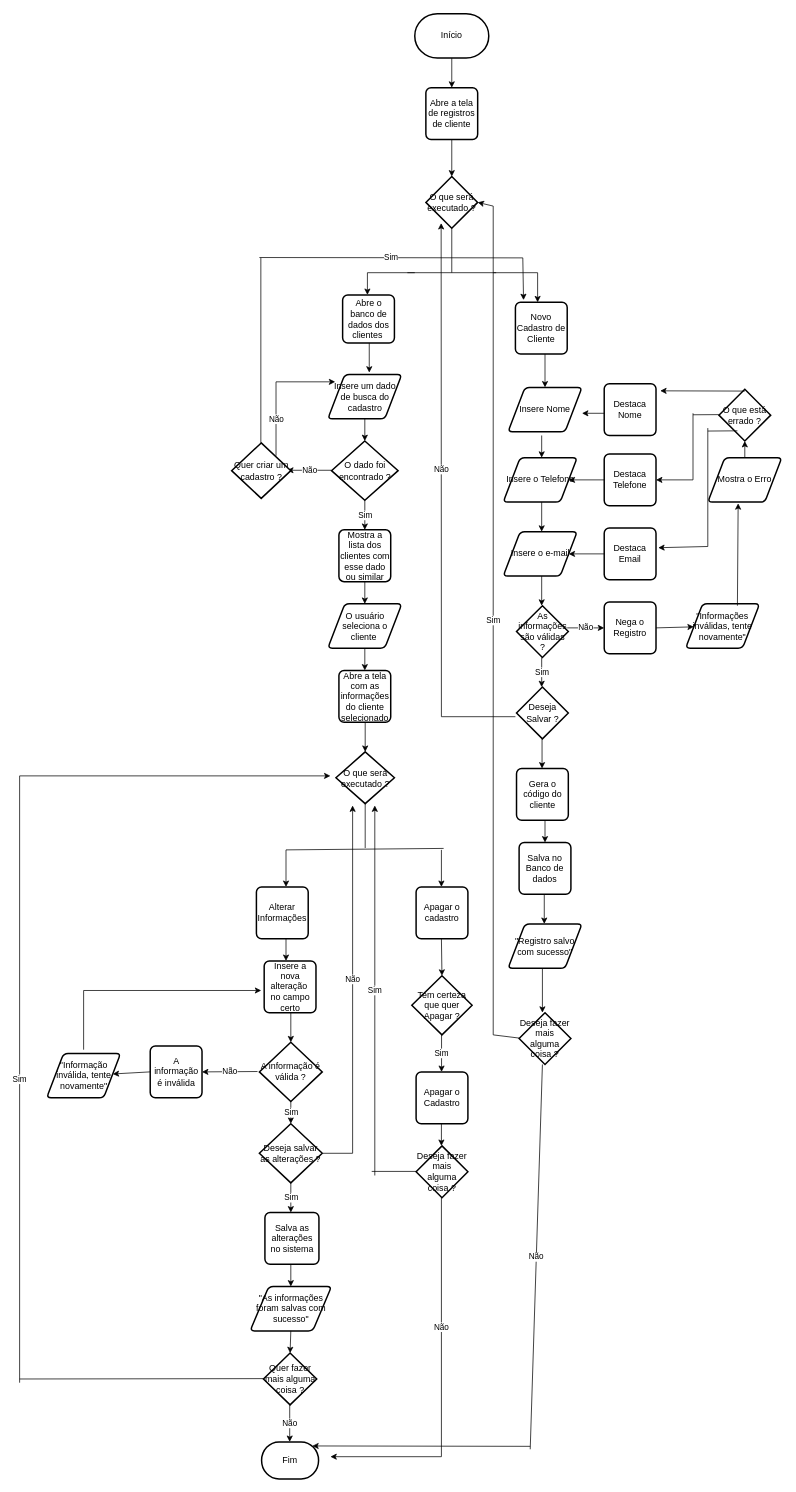
Before: page "Cadastro-de-Cliente" (2 of 14) of DOC/Fluxograma.drawio in GuilhermeIgarashi7/avatar-Fluxograma, a draw.io diagram. Source tidied: cells renumbered, new cells numbered last; positions are measured from the earlier drawing's top-left corner, leaving out a move shared by most shapes. Both pictures are drawn from the tidied source at 74%, with x=0, y=0 at pixel (19, 13).
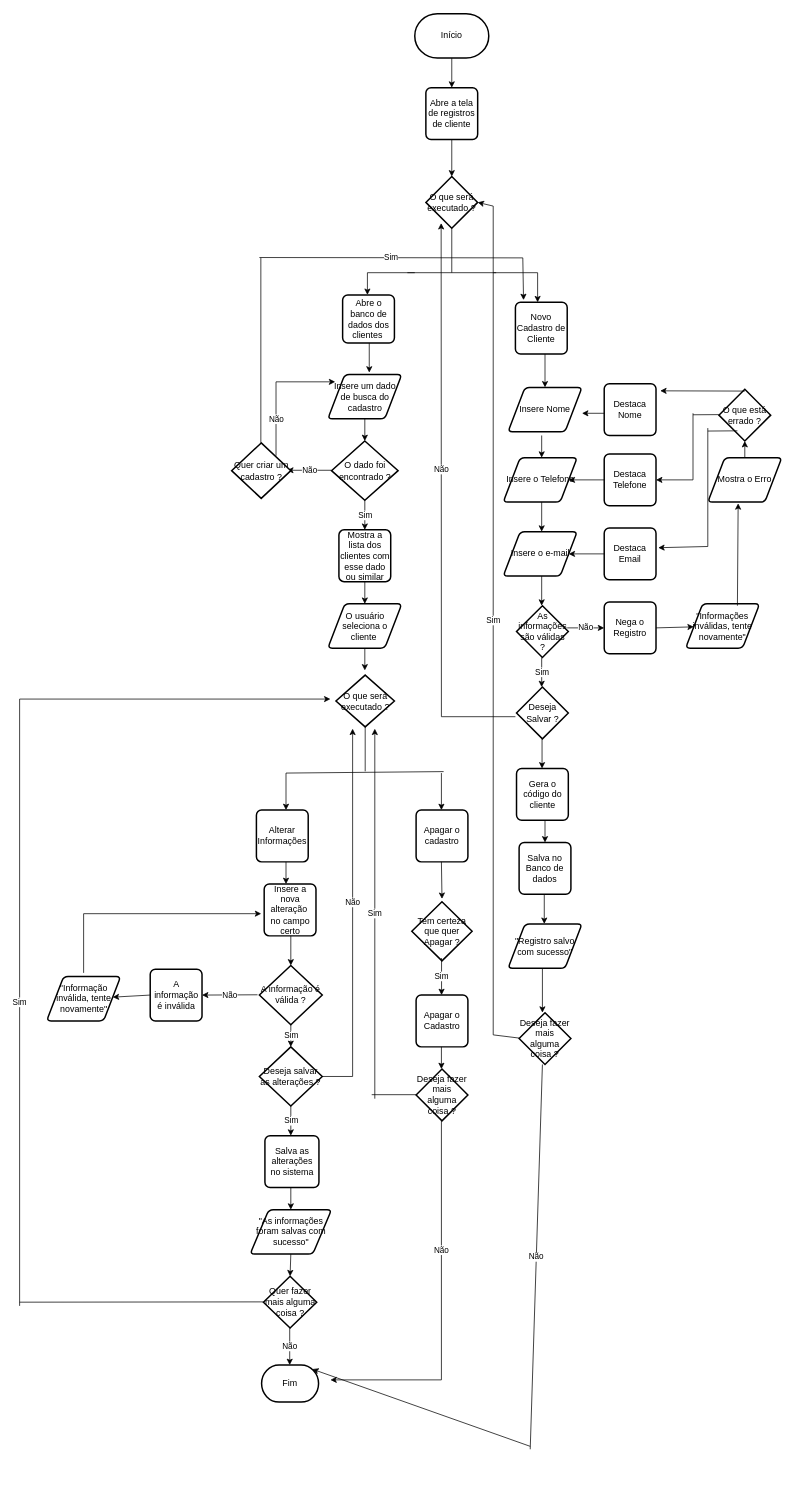
The same page after the edit.

Diff of the diagram source:
```diff
@@
     <mxCell id="12" value="Insere a nova alteração&amp;nbsp; no campo certo" style="rounded=1;whiteSpace=wrap;html=1;absoluteArcSize=1;arcSize=14;strokeWidth=2;" parent="1" vertex="1">
-      <mxGeometry x="330.5" y="1280" width="70" height="70" as="geometry" />
+      <mxGeometry x="330.5" y="1176.2" width="70" height="70" as="geometry" />
     </mxCell>
     <mxCell id="13" style="endArrow=classic;html=1;rounded=0;" parent="1" edge="1">
       <mxGeometry relative="1" as="geometry">
-        <mxPoint x="366.5" y="1350" as="sourcePoint" />
-        <mxPoint x="366.5" y="1390" as="targetPoint" />
+        <mxPoint x="366.5" y="1246.2" as="sourcePoint" />
+        <mxPoint x="366.5" y="1286.2" as="targetPoint" />
       </mxGeometry>
     </mxCell>
     <mxCell id="14" value="A informação é válida ?" style="strokeWidth=2;html=1;shape=mxgraph.flowchart.decision;whiteSpace=wrap;" parent="1" vertex="1">
-      <mxGeometry x="324" y="1390" width="85" height="80" as="geometry" />
+      <mxGeometry x="324" y="1286.2" width="85" height="80" as="geometry" />
     </mxCell>
     <mxCell id="15" value="Não" style="endArrow=classic;html=1;rounded=0;" parent="1" edge="1">
       <mxGeometry relative="1" as="geometry">
-        <mxPoint x="321.5" y="1429.5" as="sourcePoint" />
-        <mxPoint x="246.5" y="1430" as="targetPoint" />
+        <mxPoint x="321.5" y="1325.8" as="sourcePoint" />
+        <mxPoint x="246.5" y="1326.2" as="targetPoint" />
       </mxGeometry>
     </mxCell>
     <mxCell id="16" value="A informação é inválida" style="rounded=1;whiteSpace=wrap;html=1;absoluteArcSize=1;arcSize=14;strokeWidth=2;" parent="1" vertex="1">
-      <mxGeometry x="176.5" y="1395" width="70" height="70" as="geometry" />
+      <mxGeometry x="176.5" y="1291.2" width="70" height="70" as="geometry" />
     </mxCell>
     <mxCell id="17" value="&quot;Informação inválida, tente novamente&quot;" style="shape=parallelogram;html=1;strokeWidth=2;perimeter=parallelogramPerimeter;whiteSpace=wrap;rounded=1;arcSize=12;size=0.23;" parent="1" vertex="1">
-      <mxGeometry x="36.5" y="1405" width="100" height="60" as="geometry" />
+      <mxGeometry x="36.5" y="1301.2" width="100" height="60" as="geometry" />
     </mxCell>
     <mxCell id="18" style="endArrow=classic;html=1;rounded=0;" parent="1" edge="1" target="17">
       <mxGeometry relative="1" as="geometry">
-        <mxPoint x="176.5" y="1430" as="sourcePoint" />
+        <mxPoint x="176.5" y="1326.2" as="sourcePoint" />
       </mxGeometry>
     </mxCell>
     <mxCell id="19" style="endArrow=none;html=1;rounded=0;" parent="1" edge="1">
       <mxGeometry relative="1" as="geometry">
-        <mxPoint x="86.5" y="1400" as="sourcePoint" />
-        <mxPoint x="86.5" y="1320" as="targetPoint" />
+        <mxPoint x="86.5" y="1296.2" as="sourcePoint" />
+        <mxPoint x="86.5" y="1216.2" as="targetPoint" />
       </mxGeometry>
     </mxCell>
     <mxCell id="20" style="endArrow=classic;html=1;rounded=0;" parent="1" edge="1">
       <mxGeometry relative="1" as="geometry">
-        <mxPoint x="86.5" y="1320" as="sourcePoint" />
-        <mxPoint x="326.5" y="1320" as="targetPoint" />
+        <mxPoint x="86.5" y="1216.2" as="sourcePoint" />
+        <mxPoint x="326.5" y="1216.2" as="targetPoint" />
       </mxGeometry>
     </mxCell>
     <mxCell id="21" value="Sim" style="endArrow=classic;html=1;rounded=0;" parent="1" edge="1">
       <mxGeometry relative="1" as="geometry">
-        <mxPoint x="366.5" y="1470" as="sourcePoint" />
-        <mxPoint x="366.5" y="1500" as="targetPoint" />
+        <mxPoint x="366.5" y="1366.2" as="sourcePoint" />
+        <mxPoint x="366.5" y="1396.2" as="targetPoint" />
       </mxGeometry>
     </mxCell>
     <mxCell id="22" value="Deseja salvar as alterações ?" style="strokeWidth=2;html=1;shape=mxgraph.flowchart.decision;whiteSpace=wrap;" parent="1" vertex="1">
-      <mxGeometry x="324" y="1500" width="85" height="80" as="geometry" />
+      <mxGeometry x="324" y="1396.2" width="85" height="80" as="geometry" />
     </mxCell>
     <mxCell id="23" value="Sim" style="endArrow=classic;html=1;rounded=0;" parent="1" edge="1">
       <mxGeometry relative="1" as="geometry">
-        <mxPoint x="366.5" y="1580" as="sourcePoint" />
-        <mxPoint x="366.5" y="1620" as="targetPoint" />
+        <mxPoint x="366.5" y="1476.2" as="sourcePoint" />
+        <mxPoint x="366.5" y="1516.2" as="targetPoint" />
       </mxGeometry>
     </mxCell>
     <mxCell id="24" value="Salva as alterações no sistema" style="rounded=1;whiteSpace=wrap;html=1;absoluteArcSize=1;arcSize=14;strokeWidth=2;" parent="1" vertex="1">
-      <mxGeometry x="331.5" y="1620" width="73" height="70" as="geometry" />
+      <mxGeometry x="331.5" y="1516.2" width="73" height="70" as="geometry" />
     </mxCell>
     <mxCell id="25" style="endArrow=classic;html=1;rounded=0;" parent="1" edge="1">
       <mxGeometry relative="1" as="geometry">
-        <mxPoint x="366.5" y="1690" as="sourcePoint" />
-        <mxPoint x="366.5" y="1720" as="targetPoint" />
+        <mxPoint x="366.5" y="1586.2" as="sourcePoint" />
+        <mxPoint x="366.5" y="1616.2" as="targetPoint" />
       </mxGeometry>
     </mxCell>
     <mxCell id="26" value="&quot;As informações foram salvas com sucesso&quot;" style="shape=parallelogram;html=1;strokeWidth=2;perimeter=parallelogramPerimeter;whiteSpace=wrap;rounded=1;arcSize=12;size=0.23;" parent="1" vertex="1">
-      <mxGeometry x="311.5" y="1720" width="110" height="60" as="geometry" />
+      <mxGeometry x="311.5" y="1616.2" width="110" height="60" as="geometry" />
     </mxCell>
     <mxCell id="27" value="Tem certeza que quer Apagar ?" style="strokeWidth=2;html=1;shape=mxgraph.flowchart.decision;whiteSpace=wrap;" parent="1" vertex="1">
-      <mxGeometry x="530" y="1300" width="81.5" height="80" as="geometry" />
+      <mxGeometry x="530" y="1200" width="81.5" height="80" as="geometry" />
     </mxCell>
     <mxCell id="28" value="Sim" style="endArrow=classic;html=1;rounded=0;" parent="1" edge="1">
       <mxGeometry relative="1" as="geometry">
-        <mxPoint x="570.2" y="1380" as="sourcePoint" />
-        <mxPoint x="570.2" y="1430" as="targetPoint" />
+        <mxPoint x="570.2" y="1276.2" as="sourcePoint" />
+        <mxPoint x="570.2" y="1326.2" as="targetPoint" />
       </mxGeometry>
     </mxCell>
     <mxCell id="29" value="Apagar o Cadastro" style="rounded=1;whiteSpace=wrap;html=1;absoluteArcSize=1;arcSize=14;strokeWidth=2;" parent="1" vertex="1">
-      <mxGeometry x="535.8" y="1430" width="70" height="70" as="geometry" />
+      <mxGeometry x="535.8" y="1326.2" width="70" height="70" as="geometry" />
     </mxCell>
@@
-    <mxCell id="34" value="Abre a tela com as informações do cliente selecionado" style="rounded=1;whiteSpace=wrap;html=1;absoluteArcSize=1;arcSize=14;strokeWidth=2;" parent="1" vertex="1">
-      <mxGeometry x="431.5" y="887.5" width="70" height="70" as="geometry" />
-    </mxCell>
-    <mxCell id="35" style="endArrow=classic;html=1;rounded=0;" parent="1" edge="1">
-      <mxGeometry relative="1" as="geometry">
-        <mxPoint x="467" y="957.5" as="sourcePoint" />
-        <mxPoint x="467" y="997.5" as="targetPoint" />
-      </mxGeometry>
-    </mxCell>
     <mxCell id="36" value="Quer fazer mais alguma coisa ?" style="strokeWidth=2;html=1;shape=mxgraph.flowchart.decision;whiteSpace=wrap;" parent="1" vertex="1">
-      <mxGeometry x="329.5" y="1810" width="72" height="70" as="geometry" />
+      <mxGeometry x="329.5" y="1706.2" width="72" height="70" as="geometry" />
     </mxCell>
     <mxCell id="37" style="endArrow=classic;html=1;rounded=0;entryX=0.5;entryY=0;entryDx=0;entryDy=0;entryPerimeter=0;" parent="1" edge="1" target="36">
       <mxGeometry relative="1" as="geometry">
-        <mxPoint x="366.5" y="1780" as="sourcePoint" />
+        <mxPoint x="366.5" y="1676.2" as="sourcePoint" />
       </mxGeometry>
     </mxCell>
@@
     <mxCell id="40" value="O que será executado ?" style="strokeWidth=2;html=1;shape=mxgraph.flowchart.decision;whiteSpace=wrap;" parent="1" vertex="1">
-      <mxGeometry x="427.5" y="997.5" width="79" height="70" as="geometry" />
+      <mxGeometry x="427.5" y="893.8" width="79" height="70" as="geometry" />
     </mxCell>
     <mxCell id="41" style="endArrow=none;html=1;rounded=0;" parent="1" edge="1">
       <mxGeometry relative="1" as="geometry">
-        <mxPoint x="467" y="1127.5" as="sourcePoint" />
-        <mxPoint x="467" y="1067.5" as="targetPoint" />
+        <mxPoint x="467" y="1023.8" as="sourcePoint" />
+        <mxPoint x="467" y="963.8" as="targetPoint" />
       </mxGeometry>
     </mxCell>
     <mxCell id="42" style="endArrow=none;html=1;rounded=0;" parent="1" edge="1">
       <mxGeometry relative="1" as="geometry">
-        <mxPoint x="360" y="1130" as="sourcePoint" />
-        <mxPoint x="573" y="1128" as="targetPoint" />
+        <mxPoint x="360" y="1026.2" as="sourcePoint" />
+        <mxPoint x="573" y="1024.2" as="targetPoint" />
       </mxGeometry>
     </mxCell>
@@
     <mxCell id="53" style="endArrow=classic;html=1;rounded=0;" parent="1" edge="1">
       <mxGeometry relative="1" as="geometry">
-        <mxPoint x="360" y="1130" as="sourcePoint" />
-        <mxPoint x="360" y="1180" as="targetPoint" />
+        <mxPoint x="360" y="1026.2" as="sourcePoint" />
+        <mxPoint x="360" y="1076.2" as="targetPoint" />
       </mxGeometry>
     </mxCell>
     <mxCell id="54" value="Alterar Informações" style="rounded=1;whiteSpace=wrap;html=1;absoluteArcSize=1;arcSize=14;strokeWidth=2;" parent="1" vertex="1">
-      <mxGeometry x="320" y="1180" width="70" height="70" as="geometry" />
+      <mxGeometry x="320" y="1076.2" width="70" height="70" as="geometry" />
     </mxCell>
     <mxCell id="55" style="endArrow=classic;html=1;rounded=0;" parent="1" edge="1">
       <mxGeometry relative="1" as="geometry">
-        <mxPoint x="360" y="1250" as="sourcePoint" />
-        <mxPoint x="360" y="1280" as="targetPoint" />
+        <mxPoint x="360" y="1146.2" as="sourcePoint" />
+        <mxPoint x="360" y="1176.2" as="targetPoint" />
       </mxGeometry>
     </mxCell>
     <mxCell id="56" style="endArrow=none;html=1;rounded=0;" parent="1" edge="1">
       <mxGeometry relative="1" as="geometry">
-        <mxPoint x="410" y="1540" as="sourcePoint" />
-        <mxPoint x="450" y="1540" as="targetPoint" />
+        <mxPoint x="410" y="1436.2" as="sourcePoint" />
+        <mxPoint x="450" y="1436.2" as="targetPoint" />
       </mxGeometry>
     </mxCell>
     <mxCell id="57" value="Não" style="endArrow=classic;html=1;rounded=0;" parent="1" edge="1">
       <mxGeometry relative="1" as="geometry">
-        <mxPoint x="450" y="1540" as="sourcePoint" />
-        <mxPoint x="450" y="1070" as="targetPoint" />
+        <mxPoint x="450" y="1436.2" as="sourcePoint" />
+        <mxPoint x="450" y="966.2" as="targetPoint" />
       </mxGeometry>
     </mxCell>
@@
     <mxCell id="61" value="Não" style="endArrow=classic;html=1;rounded=0;" parent="1" edge="1">
       <mxGeometry relative="1" as="geometry">
-        <mxPoint x="365" y="1880" as="sourcePoint" />
-        <mxPoint x="365" y="1930" as="targetPoint" />
+        <mxPoint x="365" y="1776.2" as="sourcePoint" />
+        <mxPoint x="365" y="1826.2" as="targetPoint" />
       </mxGeometry>
     </mxCell>
     <mxCell id="62" value="Fim" style="strokeWidth=2;html=1;shape=mxgraph.flowchart.terminator;whiteSpace=wrap;" parent="1" vertex="1">
-      <mxGeometry x="327" y="1930" width="77" height="50" as="geometry" />
+      <mxGeometry x="327" y="1826.2" width="77" height="50" as="geometry" />
     </mxCell>
     <mxCell id="63" style="endArrow=classic;html=1;rounded=0;" parent="1" edge="1">
       <mxGeometry relative="1" as="geometry">
-        <mxPoint x="570" y="1130" as="sourcePoint" />
-        <mxPoint x="570" y="1180" as="targetPoint" />
+        <mxPoint x="570" y="1026.2" as="sourcePoint" />
+        <mxPoint x="570" y="1076.2" as="targetPoint" />
       </mxGeometry>
     </mxCell>
     <mxCell id="64" value="Apagar o cadastro" style="rounded=1;whiteSpace=wrap;html=1;absoluteArcSize=1;arcSize=14;strokeWidth=2;" parent="1" vertex="1">
-      <mxGeometry x="535.8" y="1180" width="70" height="70" as="geometry" />
+      <mxGeometry x="535.8" y="1076.2" width="70" height="70" as="geometry" />
     </mxCell>
-    <mxCell id="65" style="endArrow=classic;html=1;rounded=0;entryX=0.5;entryY=0;entryDx=0;entryDy=0;entryPerimeter=0;" parent="1" edge="1" target="27">
+    <mxCell id="65" style="endArrow=classic;html=1;rounded=0;entryX=0.5;entryY=0;entryDx=0;entryDy=0;entryPerimeter=0;" parent="1" edge="1">
       <mxGeometry relative="1" as="geometry">
-        <mxPoint x="570" y="1250" as="sourcePoint" />
+        <mxPoint x="570" y="1146.2" as="sourcePoint" />
+        <mxPoint x="570.8" y="1196.2" as="targetPoint" />
       </mxGeometry>
     </mxCell>
     <mxCell id="66" value="Deseja fazer mais alguma coisa ?" style="strokeWidth=2;html=1;shape=mxgraph.flowchart.decision;whiteSpace=wrap;" parent="1" vertex="1">
-      <mxGeometry x="535.8" y="1530" width="70" height="70" as="geometry" />
+      <mxGeometry x="535.8" y="1426.2" width="70" height="70" as="geometry" />
     </mxCell>
     <mxCell id="67" style="endArrow=classic;html=1;rounded=0;" parent="1" edge="1">
       <mxGeometry relative="1" as="geometry">
-        <mxPoint x="570" y="1500" as="sourcePoint" />
-        <mxPoint x="570" y="1530" as="targetPoint" />
+        <mxPoint x="570" y="1396.2" as="sourcePoint" />
+        <mxPoint x="570" y="1426.2" as="targetPoint" />
       </mxGeometry>
     </mxCell>
     <mxCell id="68" style="endArrow=none;html=1;rounded=0;" parent="1" edge="1">
       <mxGeometry relative="1" as="geometry">
-        <mxPoint x="475.8" y="1564.5" as="sourcePoint" />
-        <mxPoint x="535.8" y="1564.5" as="targetPoint" />
+        <mxPoint x="475.8" y="1460.8" as="sourcePoint" />
+        <mxPoint x="535.8" y="1460.8" as="targetPoint" />
       </mxGeometry>
     </mxCell>
     <mxCell id="69" value="Sim" style="endArrow=classic;html=1;rounded=0;" parent="1" edge="1">
       <mxGeometry relative="1" as="geometry">
-        <mxPoint x="480" y="1570" as="sourcePoint" />
-        <mxPoint x="480" y="1070" as="targetPoint" />
+        <mxPoint x="480" y="1466.2" as="sourcePoint" />
+        <mxPoint x="480" y="966.2" as="targetPoint" />
       </mxGeometry>
     </mxCell>
     <mxCell id="70" value="Não" style="endArrow=none;html=1;rounded=0;" parent="1" edge="1">
       <mxGeometry relative="1" as="geometry">
-        <mxPoint x="570" y="1950" as="sourcePoint" />
-        <mxPoint x="570" y="1600" as="targetPoint" />
+        <mxPoint x="570" y="1846.2" as="sourcePoint" />
+        <mxPoint x="570" y="1496.2" as="targetPoint" />
       </mxGeometry>
     </mxCell>
     <mxCell id="71" style="endArrow=classic;html=1;rounded=0;" parent="1" edge="1">
       <mxGeometry relative="1" as="geometry">
-        <mxPoint x="570" y="1950" as="sourcePoint" />
-        <mxPoint x="420" y="1950" as="targetPoint" />
+        <mxPoint x="570" y="1846.2" as="sourcePoint" />
+        <mxPoint x="420" y="1846.2" as="targetPoint" />
       </mxGeometry>
     </mxCell>
@@
     <mxCell id="114" style="endArrow=none;html=1;rounded=0;" parent="1" edge="1">
       <mxGeometry relative="1" as="geometry">
-        <mxPoint y="1845" as="sourcePoint" />
-        <mxPoint x="329.5" y="1844.5" as="targetPoint" />
+        <mxPoint y="1741.2" as="sourcePoint" />
+        <mxPoint x="329.5" y="1740.8" as="targetPoint" />
       </mxGeometry>
     </mxCell>
     <mxCell id="115" value="Sim" style="endArrow=none;html=1;rounded=0;" parent="1" edge="1">
       <mxGeometry relative="1" as="geometry">
-        <mxPoint y="1850" as="sourcePoint" />
-        <mxPoint y="1030" as="targetPoint" />
+        <mxPoint y="1746.2" as="sourcePoint" />
+        <mxPoint y="926.2" as="targetPoint" />
       </mxGeometry>
     </mxCell>
     <mxCell id="116" style="endArrow=classic;html=1;rounded=0;" parent="1" edge="1">
       <mxGeometry relative="1" as="geometry">
-        <mxPoint y="1030" as="sourcePoint" />
-        <mxPoint x="420" y="1030" as="targetPoint" />
+        <mxPoint y="926.2" as="sourcePoint" />
+        <mxPoint x="420" y="926.2" as="targetPoint" />
       </mxGeometry>
     </mxCell>
```
